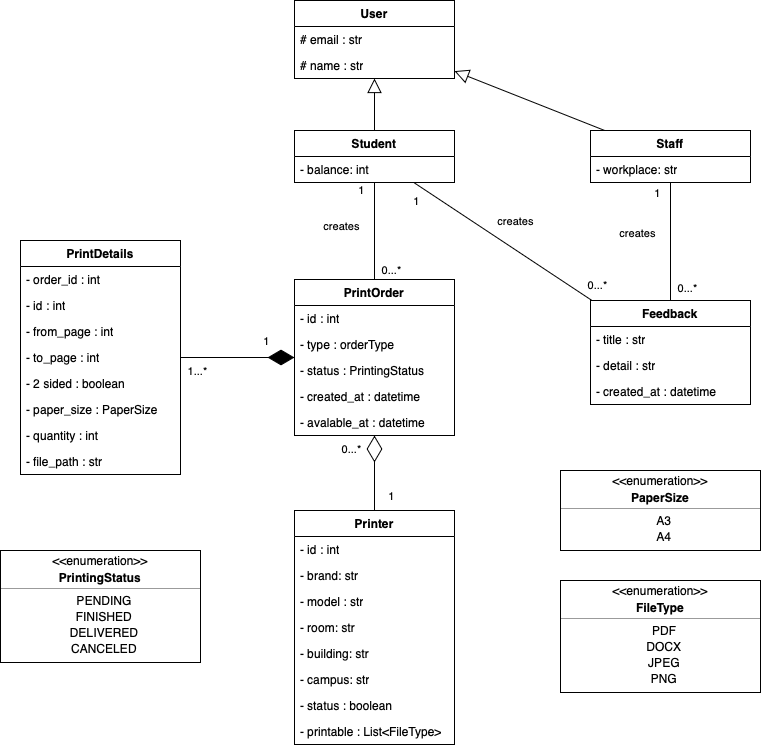
Before: domain-model.drawio.png, a diagram exported from draw.io (blueonline07/test-somth). Source tidied: cells renumbered, new cells last; positions are measured from the earlier drawing's top-left corner, leaving out a move shared by most shapes.
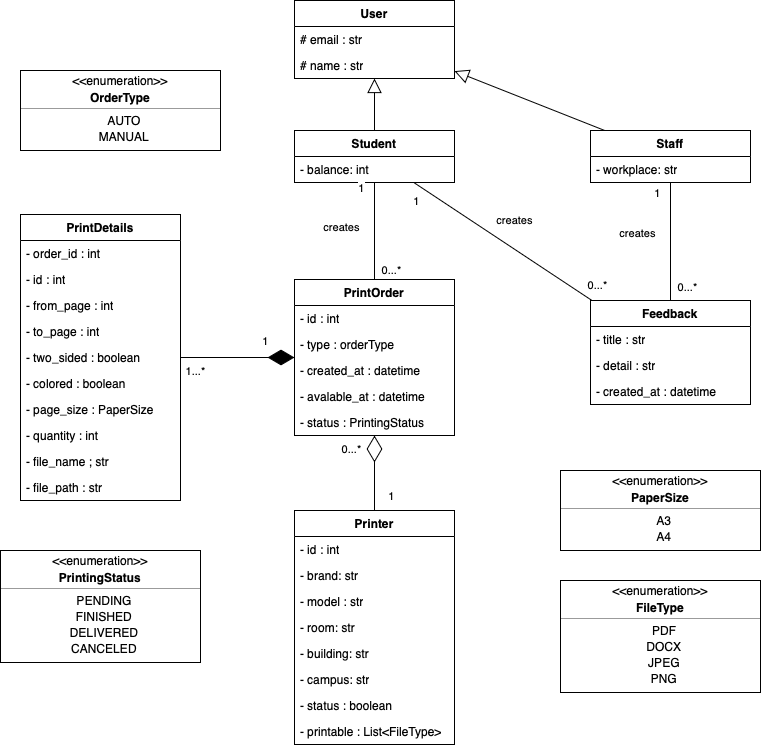
The same file after the commit.

What changed in the source:
```diff
@@ -32,15 +32,15 @@
     <mxCell id="11" value="- type : orderType" style="text;strokeColor=none;fillColor=none;align=left;verticalAlign=top;spacingLeft=4;spacingRight=4;overflow=hidden;whiteSpace=wrap;html=1;" parent="9" vertex="1">
       <mxGeometry y="52" width="160" height="26" as="geometry" />
     </mxCell>
-    <mxCell id="12" value="- status : PrintingStatus" style="text;strokeColor=none;fillColor=none;align=left;verticalAlign=top;spacingLeft=4;spacingRight=4;overflow=hidden;whiteSpace=wrap;html=1;" parent="9" vertex="1">
-      <mxGeometry y="78" width="160" height="26" as="geometry" />
-    </mxCell>
     <mxCell id="13" value="- created_at : datetime&lt;span style=&quot;caret-color: rgba(0, 0, 0, 0); color: rgba(0, 0, 0, 0); font-family: monospace; font-size: 0px; white-space: nowrap;&quot;&gt;%3CmxGraphModel%3E%3Croot%3E%3CmxCell%20id%3D%220%22%2F%3E%3CmxCell%20id%3D%221%22%20parent%3D%220%22%2F%3E%3CmxCell%20id%3D%222%22%20value%3D%22-%20id%20%3A%20int%22%20style%3D%22text%3BstrokeColor%3Dnone%3BfillColor%3Dnone%3Balign%3Dleft%3BverticalAlign%3Dtop%3BspacingLeft%3D4%3BspacingRight%3D4%3Boverflow%3Dhidden%3Brotatable%3D0%3Bpoints%3D%5B%5B0%2C0.5%5D%2C%5B1%2C0.5%5D%5D%3BportConstraint%3Deastwest%3BwhiteSpace%3Dwrap%3Bhtml%3D1%3B%22%20vertex%3D%221%22%20parent%3D%221%22%3E%3CmxGeometry%20x%3D%22340%22%20y%3D%22256%22%20width%3D%22160%22%20height%3D%2226%22%20as%3D%22geometry%22%2F%3E%3C%2FmxCell%3E%3C%2Froot%3E%3C%2FmxGraphModel%3E&lt;/span&gt;" style="text;strokeColor=none;fillColor=none;align=left;verticalAlign=top;spacingLeft=4;spacingRight=4;overflow=hidden;whiteSpace=wrap;html=1;" parent="9" vertex="1">
-      <mxGeometry y="104" width="160" height="26" as="geometry" />
+      <mxGeometry y="78" width="160" height="26" as="geometry" />
     </mxCell>
     <mxCell id="14" value="- avalable_at : datetime" style="text;strokeColor=none;fillColor=none;align=left;verticalAlign=top;spacingLeft=4;spacingRight=4;overflow=hidden;whiteSpace=wrap;html=1;" parent="9" vertex="1">
-      <mxGeometry y="130" width="160" height="26" as="geometry" />
+      <mxGeometry y="104" width="160" height="26" as="geometry" />
     </mxCell>
+    <mxCell id="12" value="- status : PrintingStatus" style="text;strokeColor=none;fillColor=none;align=left;verticalAlign=top;spacingLeft=4;spacingRight=4;overflow=hidden;whiteSpace=wrap;html=1;" parent="9" vertex="1">
+      <mxGeometry y="130" width="160" height="26" as="geometry" />
+    </mxCell>
     <mxCell id="15" value="Printer" style="swimlane;fontStyle=1;align=center;verticalAlign=top;horizontal=1;startSize=26;whiteSpace=wrap;html=1;" parent="1" vertex="1">
       <mxGeometry x="294" y="510" width="160" height="234" as="geometry" />
     </mxCell>
@@ -69,7 +69,7 @@
       <mxGeometry y="208" width="160" height="26" as="geometry" />
     </mxCell>
     <mxCell id="24" value="PrintDetails" style="swimlane;fontStyle=1;align=center;verticalAlign=top;horizontal=1;startSize=26;whiteSpace=wrap;html=1;" parent="1" vertex="1">
-      <mxGeometry x="20" y="240" width="160" height="234" as="geometry" />
+      <mxGeometry x="20" y="214" width="160" height="286" as="geometry" />
     </mxCell>
     <mxCell id="25" value="- order_id : int" style="text;strokeColor=none;fillColor=none;align=left;verticalAlign=top;spacingLeft=4;spacingRight=4;overflow=hidden;whiteSpace=wrap;html=1;" parent="24" vertex="1">
       <mxGeometry y="26" width="160" height="26" as="geometry" />
@@ -83,17 +83,23 @@
     <mxCell id="28" value="- to_page : int" style="text;strokeColor=none;fillColor=none;align=left;verticalAlign=top;spacingLeft=4;spacingRight=4;overflow=hidden;whiteSpace=wrap;html=1;" parent="24" vertex="1">
       <mxGeometry y="104" width="160" height="26" as="geometry" />
     </mxCell>
-    <mxCell id="29" value="- 2 sided : boolean" style="text;strokeColor=none;fillColor=none;align=left;verticalAlign=top;spacingLeft=4;spacingRight=4;overflow=hidden;whiteSpace=wrap;html=1;" parent="24" vertex="1">
+    <mxCell id="29" value="- two_sided : boolean" style="text;strokeColor=none;fillColor=none;align=left;verticalAlign=top;spacingLeft=4;spacingRight=4;overflow=hidden;whiteSpace=wrap;html=1;" parent="24" vertex="1">
       <mxGeometry y="130" width="160" height="26" as="geometry" />
     </mxCell>
+    <mxCell id="82" value="- colored : boolean" style="text;strokeColor=none;fillColor=none;align=left;verticalAlign=top;spacingLeft=4;spacingRight=4;overflow=hidden;whiteSpace=wrap;html=1;" parent="24" vertex="1">
+      <mxGeometry y="156" width="160" height="26" as="geometry" />
+    </mxCell>
-    <mxCell id="30" value="- paper_size : PaperSize" style="text;strokeColor=none;fillColor=none;align=left;verticalAlign=top;spacingLeft=4;spacingRight=4;overflow=hidden;whiteSpace=wrap;html=1;" parent="24" vertex="1">
-      <mxGeometry y="156" width="160" height="26" as="geometry" />
+    <mxCell id="30" value="- page_size : PaperSize" style="text;strokeColor=none;fillColor=none;align=left;verticalAlign=top;spacingLeft=4;spacingRight=4;overflow=hidden;whiteSpace=wrap;html=1;" parent="24" vertex="1">
+      <mxGeometry y="182" width="160" height="26" as="geometry" />
     </mxCell>
     <mxCell id="31" value="- quantity : int" style="text;strokeColor=none;fillColor=none;align=left;verticalAlign=top;spacingLeft=4;spacingRight=4;overflow=hidden;whiteSpace=wrap;html=1;" parent="24" vertex="1">
-      <mxGeometry y="182" width="160" height="26" as="geometry" />
+      <mxGeometry y="208" width="160" height="26" as="geometry" />
     </mxCell>
+    <mxCell id="83" value="- file_name ; str" style="text;strokeColor=none;fillColor=none;align=left;verticalAlign=top;spacingLeft=4;spacingRight=4;overflow=hidden;whiteSpace=wrap;html=1;" parent="24" vertex="1">
+      <mxGeometry y="234" width="160" height="26" as="geometry" />
+    </mxCell>
     <mxCell id="32" value="- file_path : str" style="text;strokeColor=none;fillColor=none;align=left;verticalAlign=top;spacingLeft=4;spacingRight=4;overflow=hidden;whiteSpace=wrap;html=1;" parent="24" vertex="1">
-      <mxGeometry y="208" width="160" height="26" as="geometry" />
+      <mxGeometry y="260" width="160" height="26" as="geometry" />
     </mxCell>
     <mxCell id="33" value="Feedback" style="swimlane;fontStyle=1;align=center;verticalAlign=top;horizontal=1;startSize=26;whiteSpace=wrap;html=1;" parent="1" vertex="1">
       <mxGeometry x="590" y="300" width="160" height="104" as="geometry" />
@@ -268,5 +274,26 @@
     <mxCell id="81" style="html=1;align=left;spacing=0;spacingLeft=8;verticalAlign=middle;strokeColor=none;fillColor=none;whiteSpace=wrap;" parent="73" vertex="1">
       <mxGeometry y="106" width="200" height="6" as="geometry" />
     </mxCell>
+    <mxCell id="84" style="fontStyle=1;align=center;verticalAlign=middle;horizontal=1;" parent="1" vertex="1">
+      <mxGeometry x="20" y="70" width="200" height="80" as="geometry" />
+    </mxCell>
+    <mxCell id="85" value="&amp;lt;&amp;lt;enumeration&amp;gt;&amp;gt;" style="html=1;align=center;spacing=0;verticalAlign=middle;strokeColor=none;fillColor=none;whiteSpace=wrap;" parent="84" vertex="1">
+      <mxGeometry width="200" height="20" as="geometry" />
+    </mxCell>
+    <mxCell id="86" value="OrderType" style="html=1;align=center;spacing=0;verticalAlign=middle;strokeColor=none;fillColor=none;whiteSpace=wrap;fontStyle=1;" parent="84" vertex="1">
+      <mxGeometry y="20" width="200" height="14" as="geometry" />
+    </mxCell>
+    <mxCell id="87" style="line;strokeWidth=0.25;fillColor=none;align=left;verticalAlign=middle;spacingTop=-1;spacingLeft=3;spacingRight=3;labelPosition=right;" parent="84" vertex="1">
+      <mxGeometry y="34" width="200" height="8" as="geometry" />
+    </mxCell>
+    <mxCell id="88" value="AUTO" style="html=1;align=center;spacing=0;spacingLeft=8;verticalAlign=middle;strokeColor=none;fillColor=none;whiteSpace=wrap;" parent="84" vertex="1">
+      <mxGeometry y="42" width="200" height="16" as="geometry" />
+    </mxCell>
+    <mxCell id="89" value="MANUAL" style="html=1;align=center;spacing=0;spacingLeft=8;verticalAlign=middle;strokeColor=none;fillColor=none;whiteSpace=wrap;" parent="84" vertex="1">
+      <mxGeometry y="58" width="200" height="16" as="geometry" />
+    </mxCell>
+    <mxCell id="90" style="html=1;align=left;spacing=0;spacingLeft=8;verticalAlign=middle;strokeColor=none;fillColor=none;whiteSpace=wrap;" parent="84" vertex="1">
+      <mxGeometry y="74" width="200" height="6" as="geometry" />
+    </mxCell>
   </root>
 </mxGraphModel>
```
